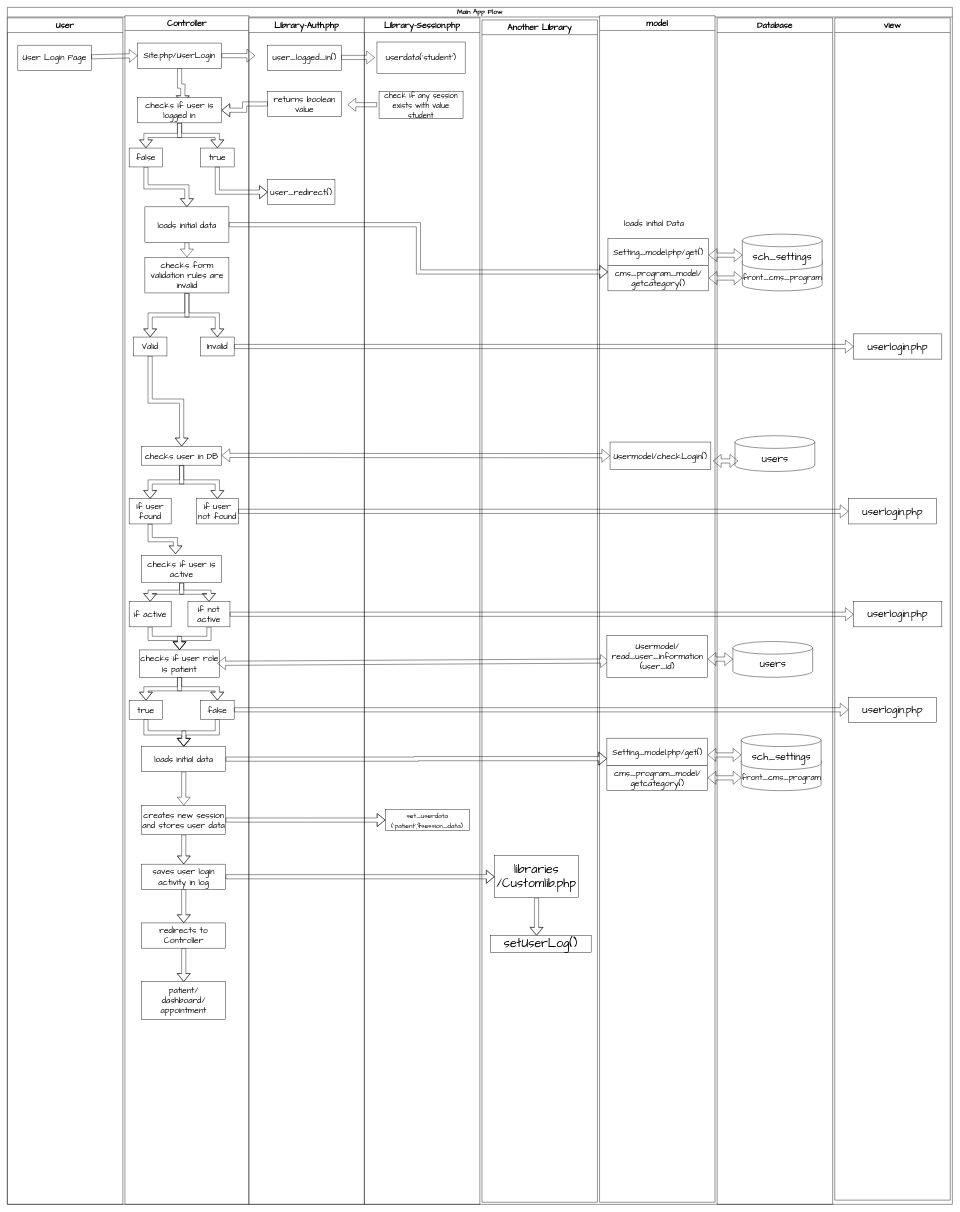
The draw.io diagram controllers_flow.drawio in dhavalrohit/flowcharts, before the edit. Source tidied: cells renumbered, new cells numbered last; positions are measured from the earlier drawing's top-left corner, leaving out a move shared by most shapes. Both pictures are drawn from the tidied source at 42%, with x=0, y=0 at pixel (7, 7).
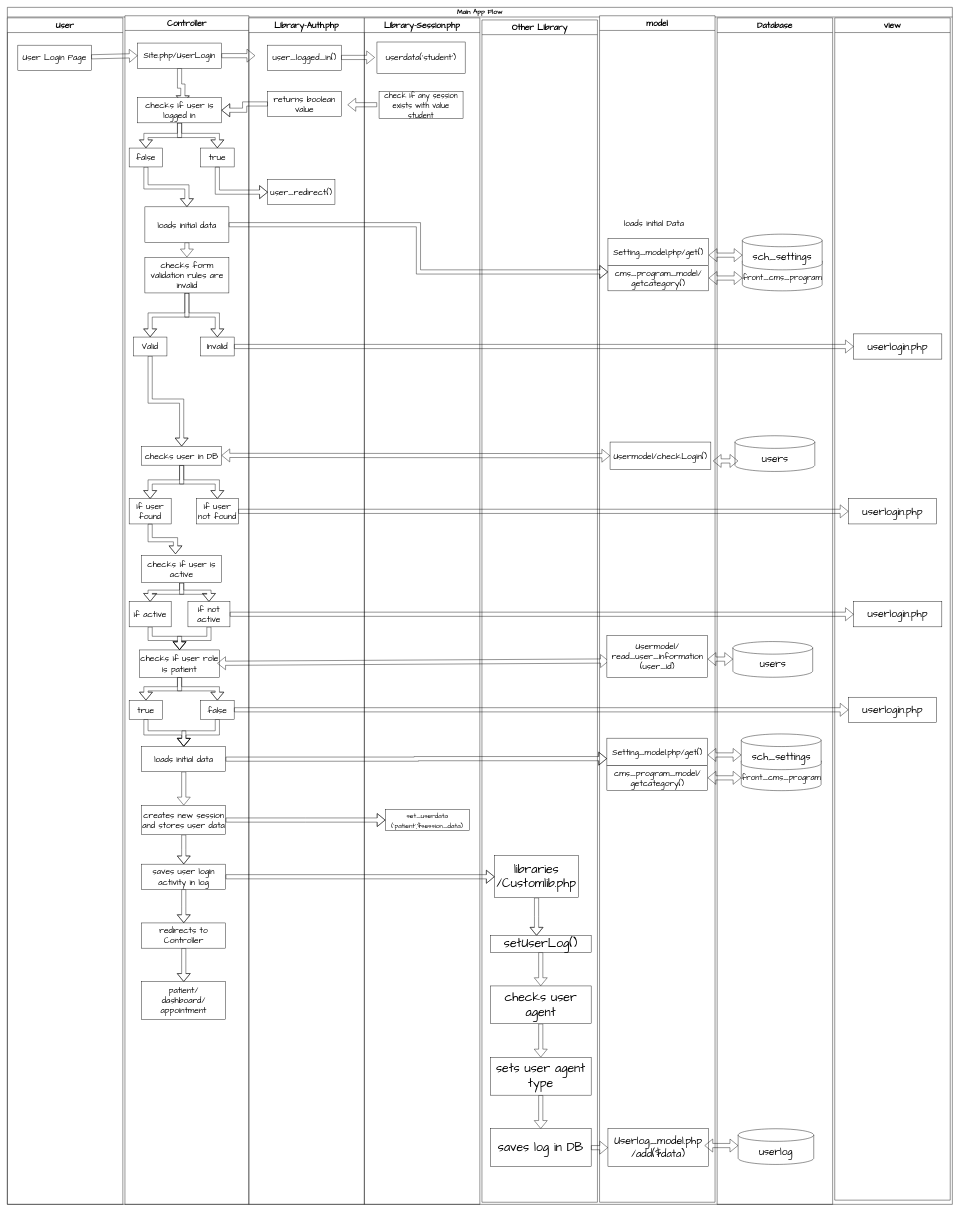
Above is the later version.

The change refers to these unchanged cells:
```xml
<mxCell id="3" value="Main App Flow" style="swimlane;whiteSpace=wrap;html=1;fontSize=16;fontFamily=Comic Sans MS;" parent="2" vertex="1">
  <mxGeometry width="2250" height="2850" as="geometry" />
</mxCell>
<mxCell id="63" value="&lt;font style=&quot;font-size: 20px;&quot;&gt;model&lt;/font&gt;" style="swimlane;startSize=35;whiteSpace=wrap;html=1;fontSize=16;fontFamily=Comic Sans MS;align=center;" parent="3" vertex="1">
  <mxGeometry x="1410" y="20" width="275" height="2825" as="geometry" />
</mxCell>
<mxCell id="75" value="&lt;font style=&quot;font-size: 20px;&quot;&gt;Database&lt;/font&gt;" style="swimlane;startSize=35;whiteSpace=wrap;html=1;swimlaneLine=1;rounded=0;shadow=0;swimlaneFillColor=none;fillColor=default;strokeColor=default;fontSize=16;fontFamily=Comic Sans MS;" parent="3" vertex="1">
  <mxGeometry x="1690" y="25" width="275" height="2825" as="geometry" />
</mxCell>
<mxCell id="103" value="&lt;span style=&quot;font-size: 29px;&quot;&gt;setUserLog()&lt;/span&gt;" style="whiteSpace=wrap;html=1;fontSize=20;fontFamily=Comic Sans MS;" parent="100" vertex="1">
  <mxGeometry x="20" y="2180" width="240" height="40" as="geometry" />
</mxCell>
```

Diff of the diagram source:
```diff
@@
+    <mxCell id="107" value="&lt;font style=&quot;font-size: 25px;&quot;&gt;Userlog_model.php&lt;/font&gt;&lt;div&gt;&lt;font style=&quot;font-size: 25px;&quot;&gt;/add($data)&lt;/font&gt;&lt;/div&gt;" style="whiteSpace=wrap;html=1;fontSize=20;fontFamily=Comic Sans MS;" parent="63" vertex="1">
+      <mxGeometry x="20" y="2650" width="240" height="90" as="geometry" />
+    </mxCell>
+    <mxCell id="108" style="shape=flexArrow;endArrow=classic;startArrow=classic;html=1;rounded=0;elbow=vertical;" parent="63" edge="1">
+      <mxGeometry relative="1" as="geometry">
+        <mxPoint x="250" y="2690" as="sourcePoint" />
+        <mxPoint x="330" y="2690" as="targetPoint" />
+      </mxGeometry>
+    </mxCell>
@@
+    <mxCell id="109" value="&lt;font face=&quot;Comic Sans MS&quot; style=&quot;font-size: 24px;&quot;&gt;userlog&lt;/font&gt;" style="shape=cylinder3;whiteSpace=wrap;html=1;boundedLbl=1;backgroundOutline=1;size=15;" parent="75" vertex="1">
+      <mxGeometry x="50" y="2645" width="180" height="85" as="geometry" />
+    </mxCell>
@@
-    <mxCell id="100" value="&lt;font style=&quot;font-size: 20px;&quot;&gt;Another Library&lt;/font&gt;" style="swimlane;startSize=35;whiteSpace=wrap;html=1;fontSize=16;fontFamily=Comic Sans MS;" parent="3" vertex="1">
+    <mxCell id="100" value="&lt;font style=&quot;font-size: 20px;&quot;&gt;Other Library&lt;/font&gt;" style="swimlane;startSize=35;whiteSpace=wrap;html=1;fontSize=16;fontFamily=Comic Sans MS;" parent="3" vertex="1">
       <mxGeometry x="1130" y="30" width="275" height="2815" as="geometry" />
     </mxCell>
@@
+    <mxCell id="110" style="edgeStyle=orthogonalEdgeStyle;shape=flexArrow;rounded=0;jettySize=auto;html=1;exitX=0.5;exitY=1;exitDx=0;exitDy=0;entryX=0.5;entryY=0;entryDx=0;entryDy=0;" parent="100" edge="1" source="103" target="112">
+      <mxGeometry relative="1" as="geometry" />
+    </mxCell>
@@
+    <mxCell id="111" style="edgeStyle=orthogonalEdgeStyle;shape=flexArrow;rounded=0;jettySize=auto;html=1;exitX=0.5;exitY=1;exitDx=0;exitDy=0;entryX=0.5;entryY=0;entryDx=0;entryDy=0;" parent="100" edge="1" source="112" target="114">
+      <mxGeometry relative="1" as="geometry" />
+    </mxCell>
+    <mxCell id="112" value="&lt;span style=&quot;font-size: 29px;&quot;&gt;checks user agent&lt;/span&gt;" style="whiteSpace=wrap;html=1;fontSize=20;fontFamily=Comic Sans MS;" parent="100" vertex="1">
+      <mxGeometry x="20" y="2300" width="240" height="90" as="geometry" />
+    </mxCell>
+    <mxCell id="113" style="edgeStyle=orthogonalEdgeStyle;shape=flexArrow;rounded=0;jettySize=auto;html=1;exitX=0.5;exitY=1;exitDx=0;exitDy=0;entryX=0.5;entryY=0;entryDx=0;entryDy=0;" parent="100" edge="1" source="114" target="115">
+      <mxGeometry relative="1" as="geometry" />
+    </mxCell>
+    <mxCell id="114" value="&lt;span style=&quot;font-size: 29px;&quot;&gt;sets user agent type&lt;/span&gt;" style="whiteSpace=wrap;html=1;fontSize=20;fontFamily=Comic Sans MS;" parent="100" vertex="1">
+      <mxGeometry x="20" y="2470" width="240" height="90" as="geometry" />
+    </mxCell>
+    <mxCell id="115" value="&lt;span style=&quot;font-size: 29px;&quot;&gt;saves log in DB&lt;/span&gt;" style="whiteSpace=wrap;html=1;fontSize=20;fontFamily=Comic Sans MS;" parent="100" vertex="1">
+      <mxGeometry x="20" y="2640" width="240" height="90" as="geometry" />
+    </mxCell>
@@
+    <mxCell id="116" style="edgeStyle=orthogonalEdgeStyle;shape=flexArrow;rounded=0;jettySize=auto;html=1;exitX=1;exitY=0.5;exitDx=0;exitDy=0;entryX=0;entryY=0.5;entryDx=0;entryDy=0;" parent="3" edge="1" source="115" target="107">
+      <mxGeometry relative="1" as="geometry" />
+    </mxCell>
```
